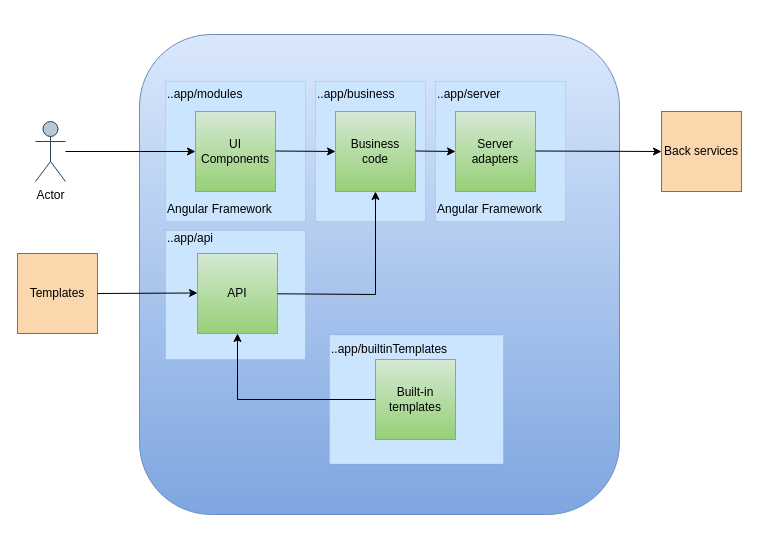
Earlier version of the draw.io diagram docs/asciidoc/images/SoftwareArchitecture-UI.drawio (opfab/operatorfabric-core). Source tidied: cells renumbered, new cells numbered last; positions are measured from the earlier drawing's top-left corner, leaving out a move shared by most shapes. Both pictures are drawn from the tidied source at 100%, with x=0, y=0 at pixel (17, 34). Pictures stored in the file or linked from it are replaced by grey dashed boxes.
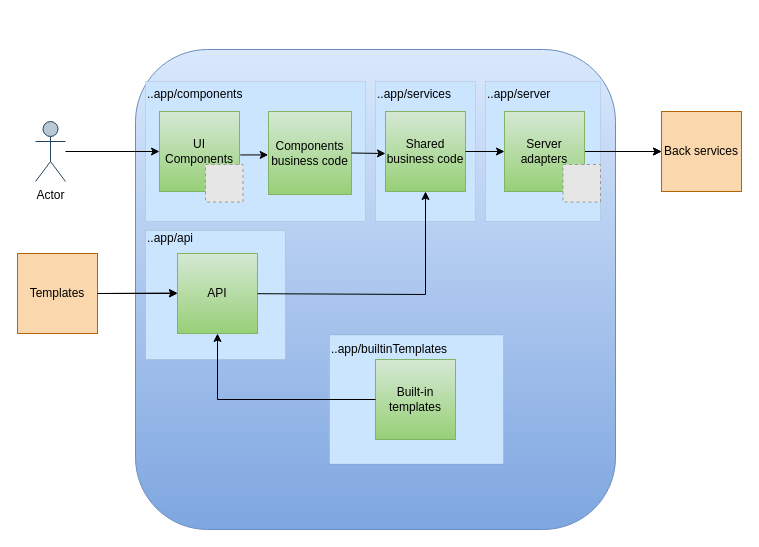
After the change.

Commit message (it also covers changes not shown here):
Update front architecture documentation (#9568)

The change refers to these unchanged cells:
```xml
<mxCell id="10" value="Back services" style="whiteSpace=wrap;html=1;fillColor=#fad7ac;strokeColor=#b46504;" parent="1" vertex="1">
  <mxGeometry x="644" y="77" width="80" height="80" as="geometry" />
</mxCell>
<mxCell id="19" value="Templates" style="whiteSpace=wrap;html=1;fillColor=#fad7ac;strokeColor=#b46504;" parent="1" vertex="1">
  <mxGeometry y="219" width="80" height="80" as="geometry" />
</mxCell>
<mxCell id="21" value="Built-in templates" style="whiteSpace=wrap;html=1;fillColor=#d5e8d4;strokeColor=#82b366;gradientColor=#97d077;" parent="1" vertex="1">
  <mxGeometry x="358" y="325" width="80" height="80" as="geometry" />
</mxCell>
```

What changed in the source:
```diff
@@
     <mxCell id="2" value="&lt;div align=&quot;right&quot;&gt;&lt;br&gt;&lt;/div&gt;" style="whiteSpace=wrap;html=1;labelPosition=center;verticalLabelPosition=top;align=center;verticalAlign=bottom;fillColor=#dae8fc;strokeColor=#6c8ebf;rounded=1;gradientColor=#7ea6e0;" parent="1" vertex="1">
-      <mxGeometry x="122" width="480" height="480" as="geometry" />
+      <mxGeometry x="118" y="15" width="480" height="480" as="geometry" />
     </mxCell>
@@
     <mxCell id="4" value="&lt;div&gt;..app/api &lt;br&gt;&lt;/div&gt;&lt;div&gt;&lt;br&gt;&lt;/div&gt;&lt;div&gt;&lt;br&gt;&lt;/div&gt;&lt;div&gt;&lt;br&gt;&lt;/div&gt;&lt;div&gt;&lt;br&gt;&lt;/div&gt;&lt;div&gt;&lt;br&gt;&lt;/div&gt;&lt;div&gt;&lt;br&gt;&lt;/div&gt;&lt;div&gt;&lt;br&gt;&lt;/div&gt;&lt;div&gt;&lt;br&gt;&lt;/div&gt;" style="rounded=0;whiteSpace=wrap;html=1;fillColor=#cce5ff;strokeWidth=0;strokeColor=#36393d;align=left;" parent="1" vertex="1">
-      <mxGeometry x="148" y="196" width="140" height="129" as="geometry" />
+      <mxGeometry x="128" y="196" width="140" height="129" as="geometry" />
     </mxCell>
-    <mxCell id="5" value="&lt;div&gt;..app/business &lt;br&gt;&lt;/div&gt;&lt;div&gt;&lt;br&gt;&lt;/div&gt;&lt;div&gt;&lt;br&gt;&lt;/div&gt;&lt;div&gt;&lt;br&gt;&lt;/div&gt;&lt;div&gt;&lt;br&gt;&lt;/div&gt;&lt;div&gt;&lt;br&gt;&lt;/div&gt;&lt;div&gt;&lt;br&gt;&lt;/div&gt;&lt;div&gt;&lt;br&gt;&lt;/div&gt;&lt;div&gt;&lt;br&gt;&lt;/div&gt;" style="rounded=0;whiteSpace=wrap;html=1;fillColor=#cce5ff;strokeWidth=0;strokeColor=#36393d;align=left;" parent="1" vertex="1">
-      <mxGeometry x="298" y="47" width="110" height="140" as="geometry" />
+    <mxCell id="5" value="&lt;div&gt;..app/services &lt;br&gt;&lt;/div&gt;&lt;div&gt;&lt;br&gt;&lt;/div&gt;&lt;div&gt;&lt;br&gt;&lt;/div&gt;&lt;div&gt;&lt;br&gt;&lt;/div&gt;&lt;div&gt;&lt;br&gt;&lt;/div&gt;&lt;div&gt;&lt;br&gt;&lt;/div&gt;&lt;div&gt;&lt;br&gt;&lt;/div&gt;&lt;div&gt;&lt;br&gt;&lt;/div&gt;&lt;div&gt;&lt;br&gt;&lt;/div&gt;" style="rounded=0;whiteSpace=wrap;html=1;fillColor=#cce5ff;strokeWidth=0;strokeColor=#36393d;align=left;" parent="1" vertex="1">
+      <mxGeometry x="358" y="47" width="100" height="140" as="geometry" />
     </mxCell>
-    <mxCell id="6" value="&lt;div&gt;..app/server &lt;br&gt;&lt;/div&gt;&lt;div&gt;&lt;br&gt;&lt;/div&gt;&lt;div&gt;&lt;br&gt;&lt;/div&gt;&lt;div&gt;&lt;br&gt;&lt;/div&gt;&lt;div&gt;&lt;br&gt;&lt;/div&gt;&lt;div&gt;&lt;br&gt;&lt;/div&gt;&lt;div&gt;&lt;br&gt;&lt;/div&gt;&lt;div&gt;&lt;br&gt;&lt;/div&gt;&lt;div&gt;Angular Framework&lt;/div&gt;" style="rounded=0;whiteSpace=wrap;html=1;fillColor=#cce5ff;strokeWidth=0;strokeColor=#36393d;align=left;" parent="1" vertex="1">
-      <mxGeometry x="418" y="47" width="130" height="140" as="geometry" />
+    <mxCell id="6" value="&lt;div&gt;..app/server &lt;br&gt;&lt;/div&gt;&lt;div&gt;&lt;br&gt;&lt;/div&gt;&lt;div&gt;&lt;br&gt;&lt;/div&gt;&lt;div&gt;&lt;br&gt;&lt;/div&gt;&lt;div&gt;&lt;br&gt;&lt;/div&gt;&lt;div&gt;&lt;br&gt;&lt;/div&gt;&lt;div&gt;&lt;br&gt;&lt;/div&gt;&lt;div&gt;&lt;br&gt;&lt;/div&gt;&lt;div&gt;&lt;br&gt;&lt;/div&gt;" style="rounded=0;whiteSpace=wrap;html=1;fillColor=#cce5ff;strokeWidth=0;strokeColor=#36393d;align=left;" parent="1" vertex="1">
+      <mxGeometry x="468" y="47" width="115" height="140" as="geometry" />
     </mxCell>
-    <mxCell id="7" value="&lt;div&gt;..app/modules &lt;br&gt;&lt;/div&gt;&lt;div&gt;&lt;br&gt;&lt;/div&gt;&lt;div&gt;&lt;br&gt;&lt;/div&gt;&lt;div&gt;&lt;br&gt;&lt;/div&gt;&lt;div&gt;&lt;br&gt;&lt;/div&gt;&lt;div&gt;&lt;br&gt;&lt;/div&gt;&lt;div&gt;&lt;br&gt;&lt;/div&gt;&lt;div&gt;&lt;br&gt;&lt;/div&gt;&lt;div&gt;Angular Framework&lt;/div&gt;" style="rounded=0;whiteSpace=wrap;html=1;fillColor=#cce5ff;strokeWidth=0;strokeColor=#36393d;align=left;" parent="1" vertex="1">
-      <mxGeometry x="148" y="47" width="140" height="140" as="geometry" />
+    <mxCell id="7" value="&lt;div&gt;..app/components &lt;br&gt;&lt;/div&gt;&lt;div&gt;&lt;br&gt;&lt;/div&gt;&lt;div&gt;&lt;br&gt;&lt;/div&gt;&lt;div&gt;&lt;br&gt;&lt;/div&gt;&lt;div&gt;&lt;br&gt;&lt;/div&gt;&lt;div&gt;&lt;br&gt;&lt;/div&gt;&lt;div&gt;&lt;br&gt;&lt;/div&gt;&lt;div&gt;&lt;br&gt;&lt;/div&gt;&lt;div&gt;&lt;br&gt;&lt;/div&gt;" style="rounded=0;whiteSpace=wrap;html=1;fillColor=#cce5ff;strokeWidth=0;strokeColor=#36393d;align=left;" parent="1" vertex="1">
+      <mxGeometry x="128" y="47" width="220" height="140" as="geometry" />
     </mxCell>
-    <mxCell id="8" value="Business code" style="whiteSpace=wrap;html=1;fillColor=#d5e8d4;strokeColor=#82b366;gradientColor=#97d077;" parent="1" vertex="1">
-      <mxGeometry x="318" y="77" width="80" height="80" as="geometry" />
+    <mxCell id="8" value="Shared business code" style="whiteSpace=wrap;html=1;fillColor=#d5e8d4;strokeColor=#82b366;gradientColor=#97d077;" parent="1" vertex="1">
+      <mxGeometry x="368" y="77" width="80" height="80" as="geometry" />
     </mxCell>
+    <mxCell id="23" style="edgeStyle=orthogonalEdgeStyle;rounded=0;jettySize=auto;html=1;" parent="1" edge="1" source="9" target="10">
+      <mxGeometry relative="1" as="geometry" />
+    </mxCell>
     <mxCell id="9" value="&lt;div&gt;Server adapters&lt;/div&gt;" style="whiteSpace=wrap;html=1;fillColor=#d5e8d4;strokeColor=#82b366;gradientColor=#97d077;" parent="1" vertex="1">
-      <mxGeometry x="438" y="77" width="80" height="80" as="geometry" />
+      <mxGeometry x="487" y="77" width="80" height="80" as="geometry" />
     </mxCell>
@@
     <mxCell id="11" value="&lt;div&gt;UI Components&lt;/div&gt;" style="whiteSpace=wrap;html=1;fillColor=#d5e8d4;strokeColor=#82b366;gradientColor=#97d077;" parent="1" vertex="1">
-      <mxGeometry x="178" y="77" width="80" height="80" as="geometry" />
+      <mxGeometry x="142" y="77" width="80" height="80" as="geometry" />
     </mxCell>
@@
-    <mxCell id="14" style="endArrow=classic;html=1;rounded=0;" parent="1" edge="1">
-      <mxGeometry relative="1" as="geometry">
-        <mxPoint x="258" y="116.5" as="sourcePoint" />
-        <mxPoint x="318" y="117" as="targetPoint" />
-      </mxGeometry>
+    <mxCell id="14" style="endArrow=classic;html=1;rounded=0;entryX=-0.004;entryY=0.523;entryDx=0;entryDy=0;exitX=1.009;exitY=0.543;exitDx=0;exitDy=0;exitPerimeter=0;entryPerimeter=0;" parent="1" edge="1" source="11" target="25">
+      <mxGeometry relative="1" as="geometry" />
     </mxCell>
-    <mxCell id="15" style="endArrow=classic;html=1;rounded=0;entryX=0;entryY=0.5;entryDx=0;entryDy=0;" parent="1" edge="1" target="9">
-      <mxGeometry relative="1" as="geometry">
-        <mxPoint x="398" y="116.5" as="sourcePoint" />
-      </mxGeometry>
+    <mxCell id="15" style="endArrow=classic;html=1;rounded=0;entryX=0;entryY=0.5;entryDx=0;entryDy=0;exitX=1;exitY=0.5;exitDx=0;exitDy=0;" parent="1" edge="1" source="8" target="9">
+      <mxGeometry relative="1" as="geometry" />
     </mxCell>
     <mxCell id="16" style="endArrow=classic;html=1;rounded=0;entryX=0;entryY=0.5;entryDx=0;entryDy=0;" parent="1" edge="1" target="10">
       <mxGeometry relative="1" as="geometry">
-        <mxPoint x="518" y="116.5" as="sourcePoint" />
+        <mxPoint x="568" y="117" as="sourcePoint" />
       </mxGeometry>
     </mxCell>
     <mxCell id="17" value="API " style="whiteSpace=wrap;html=1;fillColor=#d5e8d4;strokeColor=#82b366;gradientColor=#97d077;" parent="1" vertex="1">
-      <mxGeometry x="180" y="219" width="80" height="80" as="geometry" />
+      <mxGeometry x="160" y="219" width="80" height="80" as="geometry" />
     </mxCell>
     <mxCell id="18" style="endArrow=classic;html=1;rounded=0;entryX=0.5;entryY=1;entryDx=0;entryDy=0;" parent="1" edge="1" source="17" target="8">
       <mxGeometry relative="1" as="geometry">
         <Array as="points">
-          <mxPoint x="358" y="260" />
+          <mxPoint x="408" y="260" />
         </Array>
       </mxGeometry>
     </mxCell>
+    <mxCell id="24" style="edgeStyle=orthogonalEdgeStyle;rounded=0;jettySize=auto;html=1;" parent="1" edge="1" source="19" target="17">
+      <mxGeometry relative="1" as="geometry" />
+    </mxCell>
@@
     <mxCell id="20" style="endArrow=classic;html=1;rounded=0;exitX=1;exitY=0.5;exitDx=0;exitDy=0;" parent="1" edge="1" source="19">
       <mxGeometry relative="1" as="geometry">
-        <mxPoint x="180" y="258.5" as="targetPoint" />
+        <mxPoint x="160" y="258.5" as="targetPoint" />
       </mxGeometry>
     </mxCell>
@@
     <mxCell id="22" style="endArrow=classic;html=1;rounded=0;entryX=0.5;entryY=1;entryDx=0;entryDy=0;exitX=0;exitY=0.5;exitDx=0;exitDy=0;" parent="1" edge="1" source="21" target="17">
       <mxGeometry relative="1" as="geometry">
         <Array as="points">
-          <mxPoint x="220" y="365" />
+          <mxPoint x="200" y="365" />
         </Array>
       </mxGeometry>
     </mxCell>
+    <mxCell id="25" value="&lt;div&gt;Components business code&lt;/div&gt;" style="whiteSpace=wrap;html=1;fillColor=#d5e8d4;strokeColor=#82b366;gradientColor=#97d077;" parent="1" vertex="1">
+      <mxGeometry x="251" y="77" width="83" height="83" as="geometry" />
+    </mxCell>
+    <mxCell id="26" style="endArrow=classic;html=1;rounded=0;exitX=1;exitY=0.5;exitDx=0;exitDy=0;" parent="1" edge="1" source="25" target="8">
+      <mxGeometry relative="1" as="geometry">
+        <Array as="points">
+          <mxPoint x="368" y="119" />
+        </Array>
+      </mxGeometry>
+    </mxCell>
+    <mxCell id="27" style="fillColor=#E6E6E6;strokeColor=#999999;dashed=1;verticalLabelPosition=bottom;labelBackgroundColor=default;verticalAlign=top;" parent="1" vertex="1">
+      <mxGeometry x="188" y="130" width="37.5" height="37.5" as="geometry" />
+    </mxCell>
+    <mxCell id="28" style="fillColor=#E6E6E6;strokeColor=#999999;dashed=1;verticalLabelPosition=bottom;labelBackgroundColor=default;verticalAlign=top;" parent="1" vertex="1">
+      <mxGeometry x="545.5" y="130" width="37.5" height="37.5" as="geometry" />
+    </mxCell>
```
